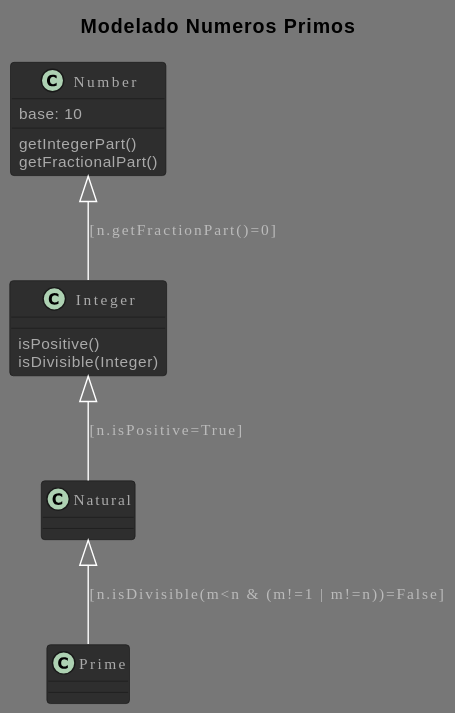
This is PracticasMaster/01_Modelado_O/diagrams/primeNumber/PrimeNumber.svg from Joselon/joselon.github.io, a PlantUML export, as it was before one commit. Source of this version:
```plantuml
@startuml
!theme reddress-darkred
title Modelado Numeros Primos

class Prime{

}

class Natural {

}


class Integer {
    isPositive()
    isDivisible(Integer)
}

class Number {
    base: 10
    getIntegerPart()
    getFractionalPart()
}

Number <|-- Integer : [n.getFractionPart()=0]
Integer <|-- Natural : [n.isPositive=True]
Natural <|-- Prime : [n.isDivisible(m<n & (m!=1 | m!=n))=False]




@end





skinparam stereotypeCBackgroundColor 880000
skinparam backgroundColor 777







skinparam circledCharacter {
  radius 8
  fontSize 11
  fontName Verdana
}

skinparam class {
    backgroundColor 2e2e2e
  borderColor 1b1b1b
    fontColor fff
  fontName Verdana
  fontSize 11
  stereotypeFontColor aaa
  stereotypeFontSize 11
    arrowColor fff
  arrowFontName Verdana
  arrowFontColor bbb
  arrowFontSize 11

  attributeFontColor aaa
  attributeFontSize 11
  attributeIconSize 11
}


skinparam actor {
    backgroundColor 880000
  borderColor 330000
    fontColor fff
  fontName Verdana
  fontSize 11
  stereotypeFontColor aaa
  stereotypeFontSize 11
}

skinparam participant {
    backgroundColor 2e2e2e
  borderColor 1b1b1b
    fontColor fff
  fontName Verdana
  fontSize 11
  stereotypeFontColor aaa
  stereotypeFontSize 11
}

skinparam collections {
    backgroundColor 2e2e2e
  borderColor 1b1b1b
    fontColor fff
  fontName Verdana
  fontSize 11
  stereotypeFontColor aaa
  stereotypeFontSize 11
}

skinparam SequenceBox{
    backgroundColor 575757
  borderColor 767676
    fontColor fff
  fontName Verdana
  fontSize 11
  stereotypeFontColor aaa
  stereotypeFontSize 11
}


skinparam interface {
    backgroundColor 880000
  borderColor 330000
    fontColor fff
  fontName Verdana
  fontSize 11
  stereotypeFontColor aaa
  stereotypeFontSize 11
}

skinparam component {
    backgroundColor 2e2e2e
  borderColor 1b1b1b
    fontColor fff
  fontName Verdana
  fontSize 11
  stereotypeFontColor aaa
  stereotypeFontSize 11
}

skinparam node {
    backgroundColor 2e2e2e
  borderColor 1b1b1b
    fontColor fff
  fontName Verdana
  fontSize 11
  stereotypeFontColor aaa
  stereotypeFontSize 11
}

skinparam database {
    backgroundColor 2e2e2e
  borderColor 1b1b1b
    fontColor fff
  fontName Verdana
  fontSize 11
  stereotypeFontColor aaa
  stereotypeFontSize 11
}

skinparam queue {
    backgroundColor 2e2e2e
  borderColor 1b1b1b
    fontColor fff
  fontName Verdana
  fontSize 11
  stereotypeFontColor aaa
  stereotypeFontSize 11
}


skinparam usecase {
    backgroundColor 2e2e2e
  borderColor 1b1b1b
    fontColor fff
  fontName Verdana
  fontSize 11
  stereotypeFontColor aaa
  stereotypeFontSize 11
    arrowColor fff
  arrowFontName Verdana
  arrowFontColor bbb
  arrowFontSize 11
}

skinparam activity {
    backgroundColor 2e2e2e
  borderColor 1b1b1b
    fontColor fff
  fontName Verdana
  fontSize 11
  stereotypeFontColor aaa
  stereotypeFontSize 11
    arrowColor fff
  arrowFontName Verdana
  arrowFontColor bbb
  arrowFontSize 11
}

skinparam sequence {
    fontColor fff
  fontName Verdana
  fontSize 11
  stereotypeFontColor aaa
  stereotypeFontSize 11
    arrowColor fff
  arrowFontName Verdana
  arrowFontColor bbb
  arrowFontSize 11

  lifeLineBorderColor 880000
  lifeLineBackgroundColor 575757
}

skinparam boundary {
    backgroundColor 880000
  borderColor 330000
    fontColor fff
  fontName Verdana
  fontSize 11
  stereotypeFontColor aaa
  stereotypeFontSize 11
}

skinparam control {
    backgroundColor 880000
  borderColor 330000
    fontColor fff
  fontName Verdana
  fontSize 11
  stereotypeFontColor aaa
  stereotypeFontSize 11
}

skinparam entity {
    backgroundColor 880000
  borderColor 330000
    fontColor fff
  fontName Verdana
  fontSize 11
  stereotypeFontColor aaa
  stereotypeFontSize 11
}


skinparam state {
    backgroundColor 2e2e2e
  borderColor 1b1b1b
    fontColor fff
  fontName Verdana
  fontSize 11
  stereotypeFontColor aaa
  stereotypeFontSize 11
    arrowColor fff
  arrowFontName Verdana
  arrowFontColor bbb
  arrowFontSize 11
  startColor 880000
  endColor 330000
}


skinparam object {
    backgroundColor 2e2e2e
  borderColor 1b1b1b
    fontColor fff
  fontName Verdana
  fontSize 11
  stereotypeFontColor aaa
  stereotypeFontSize 11
    arrowColor fff
  arrowFontName Verdana
  arrowFontColor bbb
  arrowFontSize 11
}


skinparam note {
    backgroundColor 880000
  borderColor 330000
    fontColor fff
  fontName Verdana
  fontSize 11
  stereotypeFontColor aaa
  stereotypeFontSize 11
}

skinparam cloud {
    backgroundColor 2e2e2e
  borderColor 1b1b1b
    fontColor fff
  fontName Verdana
  fontSize 11
  stereotypeFontColor aaa
  stereotypeFontSize 11
    arrowColor fff
  arrowFontName Verdana
  arrowFontColor bbb
  arrowFontSize 11
}

skinparam rectangle {
    backgroundColor 2e2e2e
  borderColor 1b1b1b
    fontColor fff
  fontName Verdana
  fontSize 11
  stereotypeFontColor aaa
  stereotypeFontSize 11
}

skinparam storage {
    backgroundColor 2e2e2e
  borderColor 1b1b1b
    fontColor fff
  fontName Verdana
  fontSize 11
  stereotypeFontColor aaa
  stereotypeFontSize 11
}
title Modelado Numeros Primos

class Prime{

}

class Natural {

}


class Integer {
    isPositive()
    isDivisible(Integer)
}

class Number {
    base: 10
    getIntegerPart()
    getFractionalPart()
}

Number <|-- Integer : [n.getFractionPart()=0]
Integer <|-- Natural : [n.isPositive=True]
Natural <|-- Prime : [n.isDivisible(m<n & (m!=1 | m!=n))=False]




@end

PlantUML version 1.2024.3(Thu Feb 15 19:40:05 WET 2024)
(GPLv2 source distribution)
Java Runtime: Java(TM) SE Runtime Environment
JVM: Java HotSpot(TM) 64-Bit Server VM
Default Encoding: UTF-8
Language: es
Country: ES
@enduml
```
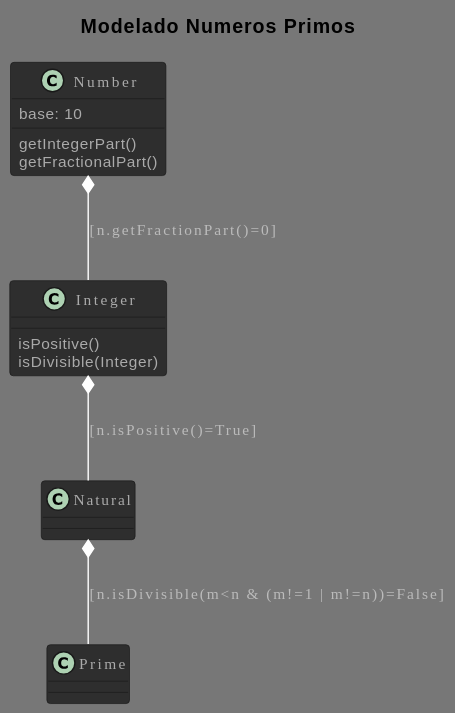
After the change.

Commit message:
PrimeNumbers:fix composition

The edit, as a diff of the source:
```diff
@@ -22,9 +22,9 @@
     getFractionalPart()
 }
 
-Number <|-- Integer : [n.getFractionPart()=0]
-Integer <|-- Natural : [n.isPositive=True]
-Natural <|-- Prime : [n.isDivisible(m<n & (m!=1 | m!=n))=False]
+Number *-- Integer : [n.getFractionPart()=0]
+Integer *-- Natural : [n.isPositive()=True]
+Natural *-- Prime : [n.isDivisible(m<n & (m!=1 | m!=n))=False]
 
 
 
@@ -332,9 +332,9 @@
     getFractionalPart()
 }
 
-Number <|-- Integer : [n.getFractionPart()=0]
-Integer <|-- Natural : [n.isPositive=True]
-Natural <|-- Prime : [n.isDivisible(m<n & (m!=1 | m!=n))=False]
+Number *-- Integer : [n.getFractionPart()=0]
+Integer *-- Natural : [n.isPositive()=True]
+Natural *-- Prime : [n.isDivisible(m<n & (m!=1 | m!=n))=False]
 
 
 
```
